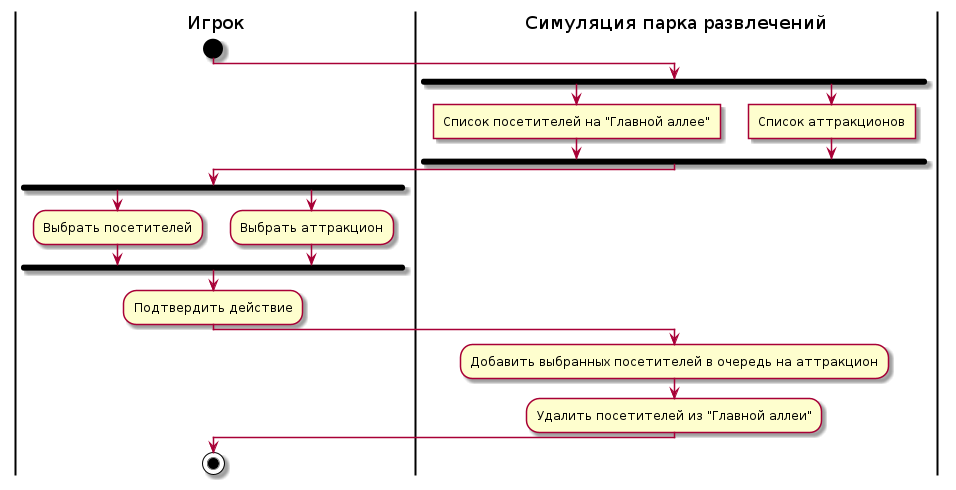
Earlier version of the PlantUML export description/images/add-visitor-to-attraction-activity-diagram.png (mzhirko/amusement-park). Source of this version:
```plantuml
@startuml add-visitor-to-attraction-activity-diagram
skinparam ConditionEndStyle hline
|Игрок|
start
|Симуляция парка развлечений|
fork
:Список посетителей на "Главной аллее"]
forkagain
:Список аттракционов]
endfork
|Игрок|
fork
:Выбрать посетителей;
forkagain
:Выбрать аттракцион;
endfork
:Подтвердить действие;
|Симуляция парка развлечений|
:Добавить выбранных посетителей в очередь на аттракцион;
:Удалить посетителей из "Главной аллеи";
|Игрок|
stop
@enduml
```
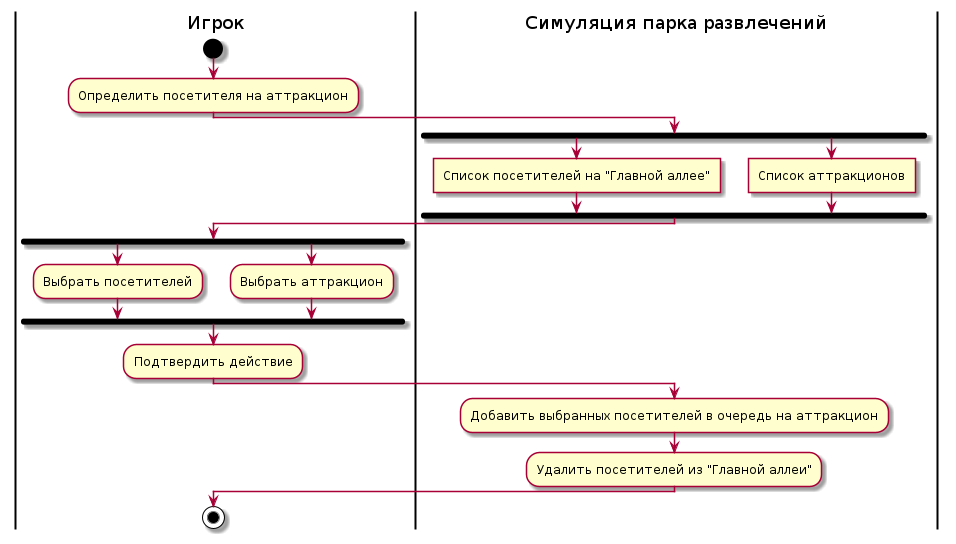
After the change.

Commit message:
Edit activity diagrams

What changed in the source:
```diff
@@ -2,6 +2,7 @@
 skinparam ConditionEndStyle hline
 |Игрок|
 start
+:Определить посетителя на аттракцион;
 |Симуляция парка развлечений|
 fork
 :Список посетителей на "Главной аллее"]
```
